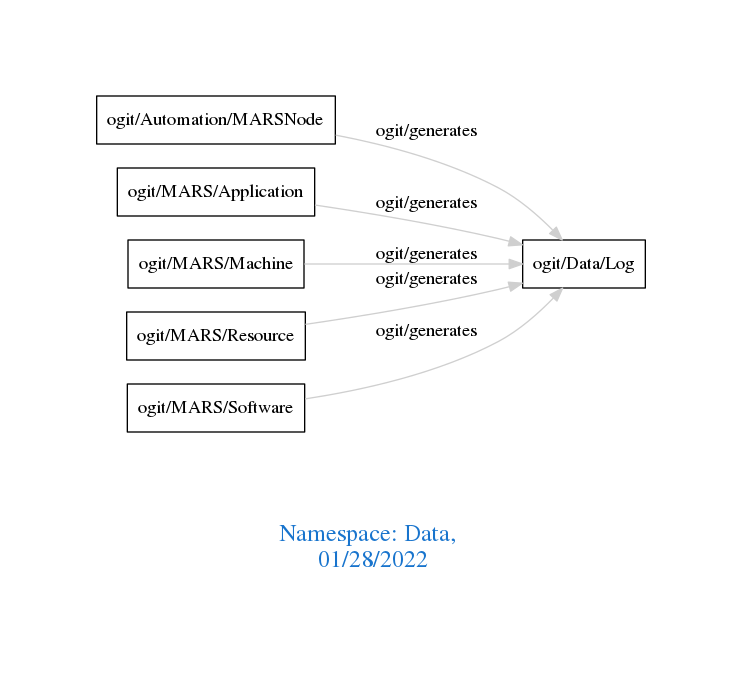
Before: downloads/Data.png, a diagram exported from Graphviz (arago/OGIT). Its source is kept beside it as downloads/Data.dot.
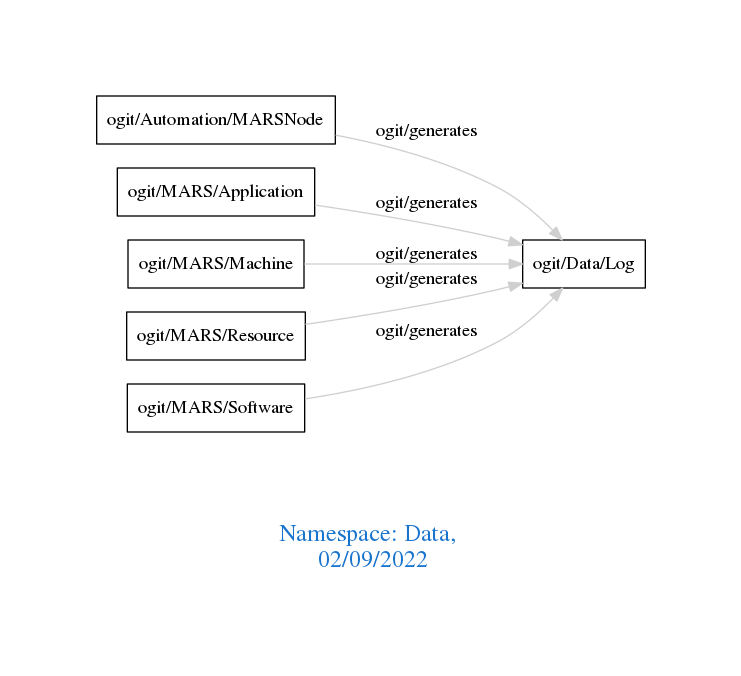
The same file after the commit.

Change to the diagram source:
```diff
@@ -1,7 +1,7 @@
 digraph OGIT_ontology {
  graph [ rankdir= LR,pad=1
 fontsize = 18,
-fontcolor= dodgerblue3,label = "\n\n\nNamespace: Data, \n 01/28/2022"];
+fontcolor= dodgerblue3,label = "\n\n\nNamespace: Data, \n 02/09/2022"];
 node[shape=polygon];
 edge [  color="gray81"];
 
```
